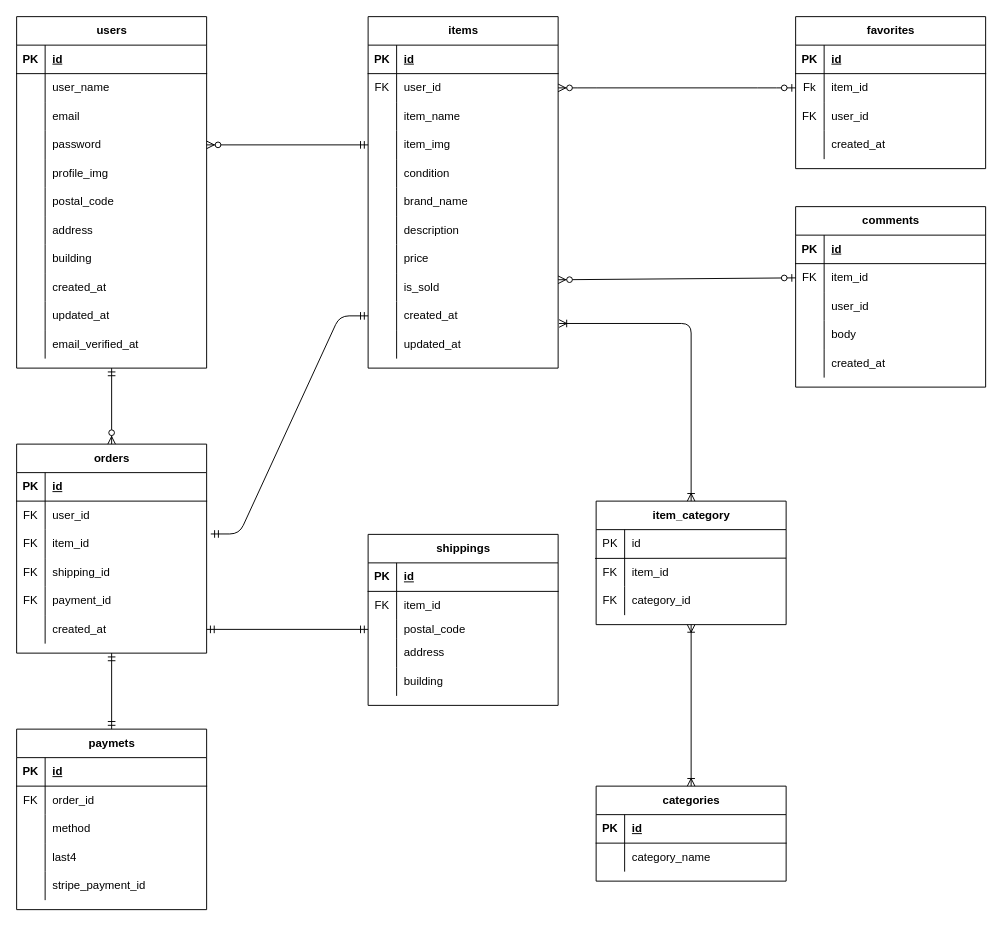
hosokawauso/flea-market-app keeps this draw.io diagram as flea-market-app.dio. Above is the earlier version. Source tidied: cells renumbered, new cells numbered last; positions are measured from the earlier drawing's top-left corner, leaving out a move shared by most shapes. Both pictures are drawn from the tidied source at 95%, with x=0, y=0 at pixel (16, 16).
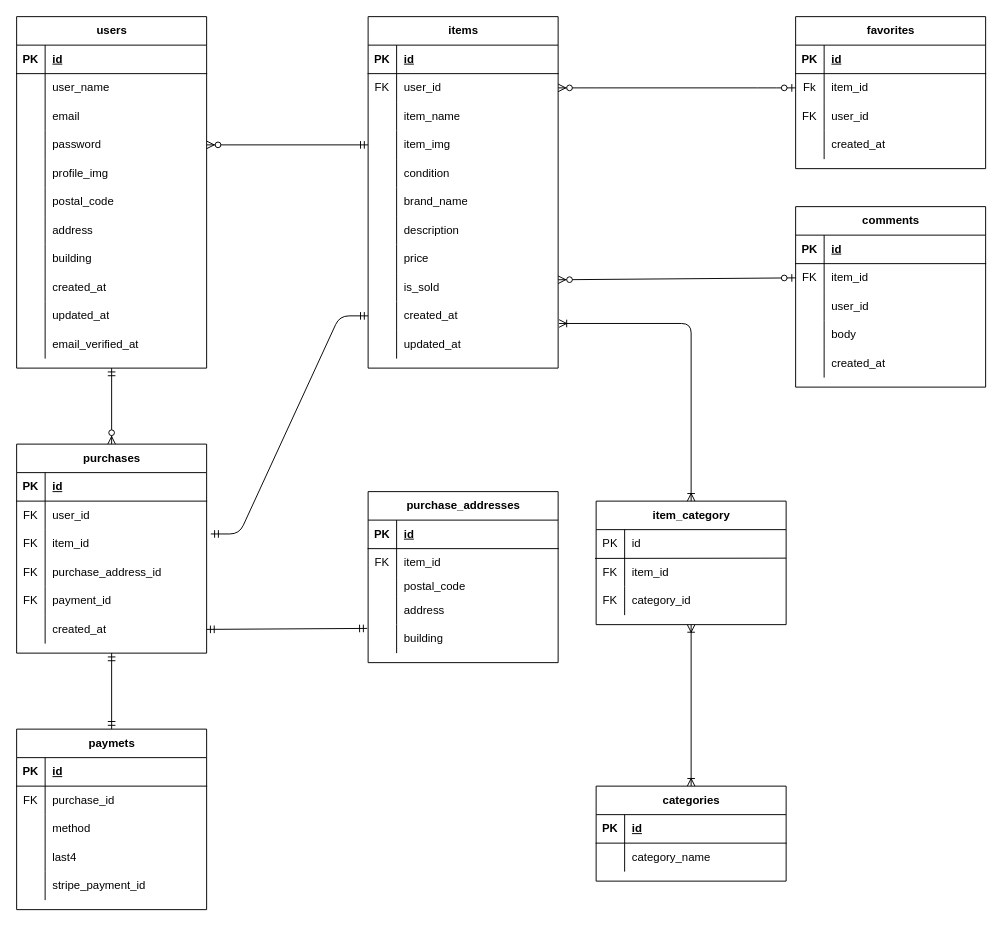
The same page after the edit.

Unchanged cells that the change refers to:
```xml
<mxCell id="6" style="shape=tableRow;horizontal=0;startSize=0;swimlaneHead=0;swimlaneBody=0;fillColor=none;top=0;left=0;right=0;bottom=0;" parent="2" vertex="1">
  <mxGeometry y="60" width="200" height="30" as="geometry" />
</mxCell>
<mxCell id="79" style="shape=tableRow;horizontal=0;startSize=0;swimlaneHead=0;swimlaneBody=0;fillColor=none;points=[[0,0.5],[1,0.5]];portConstraint=eastwest;top=0;left=0;right=0;bottom=0;" parent="72" vertex="1">
  <mxGeometry y="90" width="200" height="20" as="geometry" />
</mxCell>
<mxCell id="85" style="shape=tableRow;horizontal=0;startSize=0;swimlaneHead=0;swimlaneBody=0;fillColor=none;points=[[0,0.5],[1,0.5]];portConstraint=eastwest;top=0;left=0;right=0;bottom=0;" parent="72" vertex="1">
  <mxGeometry y="140" width="200" height="30" as="geometry" />
</mxCell>
<mxCell id="158" style="shape=tableRow;horizontal=0;startSize=0;swimlaneHead=0;swimlaneBody=0;fillColor=none;top=0;left=0;right=0;bottom=0;" parent="148" vertex="1">
  <mxGeometry y="120" width="200" height="30" as="geometry" />
</mxCell>
<mxCell id="164" style="shape=tableRow;horizontal=0;startSize=0;swimlaneHead=0;swimlaneBody=0;fillColor=none;points=[[0,0.5],[1,0.5]];portConstraint=eastwest;top=0;left=0;right=0;bottom=0;" parent="148" vertex="1">
  <mxGeometry y="180" width="200" height="30" as="geometry" />
</mxCell>
```

Change to the diagram source:
```diff
@@
-    <mxCell id="8" value="order_id" style="shape=partialRectangle;fillColor=none;top=0;left=0;bottom=0;right=0;align=left;spacingLeft=6;overflow=hidden;whiteSpace=wrap;html=1;" parent="6" vertex="1">
+    <mxCell id="8" value="purchase_id" style="shape=partialRectangle;fillColor=none;top=0;left=0;bottom=0;right=0;align=left;spacingLeft=6;overflow=hidden;whiteSpace=wrap;html=1;" parent="6" vertex="1">
       <mxGeometry x="30" width="170" height="30" as="geometry" />
     </mxCell>
@@
-    <mxCell id="72" value="shippings" style="shape=table;startSize=30;childLayout=tableLayout;rowLines=0;fontStyle=1;align=center;html=1;" parent="1" vertex="1">
-      <mxGeometry x="370" y="545" width="200" height="180" as="geometry" />
+    <mxCell id="72" value="purchase_addresses" style="shape=table;startSize=30;childLayout=tableLayout;rowLines=0;fontStyle=1;align=center;html=1;" parent="1" vertex="1">
+      <mxGeometry x="370" y="500" width="200" height="180" as="geometry" />
     </mxCell>
@@
-    <mxCell id="148" value="orders" style="shape=table;startSize=30;childLayout=tableLayout;rowLines=0;fontStyle=1;align=center;html=1;" parent="1" vertex="1">
+    <mxCell id="148" value="purchases" style="shape=table;startSize=30;childLayout=tableLayout;rowLines=0;fontStyle=1;align=center;html=1;" parent="1" vertex="1">
       <mxGeometry y="450" width="200" height="220" as="geometry" />
     </mxCell>
@@
-    <mxCell id="160" value="shipping_id" style="shape=partialRectangle;fillColor=none;top=0;left=0;bottom=0;right=0;align=left;spacingLeft=6;overflow=hidden;whiteSpace=wrap;html=1;" parent="158" vertex="1">
+    <mxCell id="160" value="purchase_address_id" style="shape=partialRectangle;fillColor=none;top=0;left=0;bottom=0;right=0;align=left;spacingLeft=6;overflow=hidden;whiteSpace=wrap;html=1;" parent="158" vertex="1">
       <mxGeometry x="30" width="170" height="30" as="geometry" />
     </mxCell>
@@
-    <mxCell id="175" style="fontSize=12;html=1;endArrow=ERmandOne;startArrow=ERmandOne;exitX=1;exitY=0.5;exitDx=0;exitDy=0;entryX=0;entryY=0.5;entryDx=0;entryDy=0;" parent="1" edge="1" source="164" target="79">
+    <mxCell id="175" style="fontSize=12;html=1;endArrow=ERmandOne;startArrow=ERmandOne;exitX=1;exitY=0.5;exitDx=0;exitDy=0;entryX=-0.005;entryY=0.133;entryDx=0;entryDy=0;entryPerimeter=0;" parent="1" edge="1" source="164" target="85">
       <mxGeometry relative="1" as="geometry" />
     </mxCell>
```
